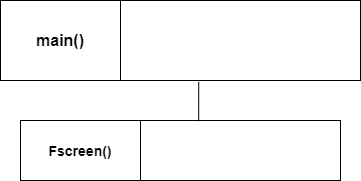
The draw.io diagram load.drawio.png in AntoineMg/BatailleNavale-is-back, before a commit. Source tidied: cells renumbered, new cells last; positions are measured from the earlier drawing's top-left corner, leaving out a move shared by most shapes. The source it was exported from:
```xml
<mxGraphModel>
  <root>
    <mxCell id="0" />
    <mxCell id="1" parent="0" />
    <mxCell id="2" value="&lt;font style=&quot;font-size: 16px;&quot;&gt;&lt;b&gt;main()&lt;/b&gt;&lt;/font&gt;" style="rounded=0;whiteSpace=wrap;html=1;align=center;" parent="1" vertex="1">
      <mxGeometry width="120" height="80" as="geometry" />
    </mxCell>
    <mxCell id="3" style="rounded=0;whiteSpace=wrap;html=1;align=center;" parent="1" vertex="1">
      <mxGeometry x="120" width="240" height="80" as="geometry" />
    </mxCell>
    <mxCell id="4" value="&lt;b&gt;&lt;font style=&quot;font-size: 14px;&quot;&gt;Fscreen()&lt;/font&gt;&lt;/b&gt;" style="rounded=0;whiteSpace=wrap;html=1;fontSize=16;" parent="1" vertex="1">
      <mxGeometry x="20" y="120" width="120" height="60" as="geometry" />
    </mxCell>
    <mxCell id="5" style="rounded=0;whiteSpace=wrap;html=1;fontSize=16;" parent="1" vertex="1">
      <mxGeometry x="140" y="120" width="200" height="60" as="geometry" />
    </mxCell>
    <mxCell id="6" style="endArrow=none;html=1;rounded=0;entryX=0.326;entryY=1.016;entryDx=0;entryDy=0;entryPerimeter=0;exitX=0.291;exitY=0.012;exitDx=0;exitDy=0;exitPerimeter=0;" parent="1" edge="1" source="5" target="3">
      <mxGeometry relative="1" as="geometry" />
    </mxCell>
  </root>
</mxGraphModel>
```
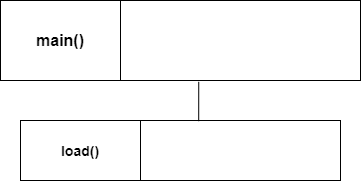
The same diagram one commit later.

What changed in the source:
```diff
@@ -8,7 +8,7 @@
     <mxCell id="3" style="rounded=0;whiteSpace=wrap;html=1;align=center;" parent="1" vertex="1">
       <mxGeometry x="120" width="240" height="80" as="geometry" />
     </mxCell>
-    <mxCell id="4" value="&lt;b&gt;&lt;font style=&quot;font-size: 14px;&quot;&gt;Fscreen()&lt;/font&gt;&lt;/b&gt;" style="rounded=0;whiteSpace=wrap;html=1;fontSize=16;" parent="1" vertex="1">
+    <mxCell id="4" value="&lt;b&gt;&lt;font style=&quot;font-size: 14px;&quot;&gt;load()&lt;/font&gt;&lt;/b&gt;" style="rounded=0;whiteSpace=wrap;html=1;fontSize=16;" parent="1" vertex="1">
       <mxGeometry x="20" y="120" width="120" height="60" as="geometry" />
     </mxCell>
     <mxCell id="5" style="rounded=0;whiteSpace=wrap;html=1;fontSize=16;" parent="1" vertex="1">
```
